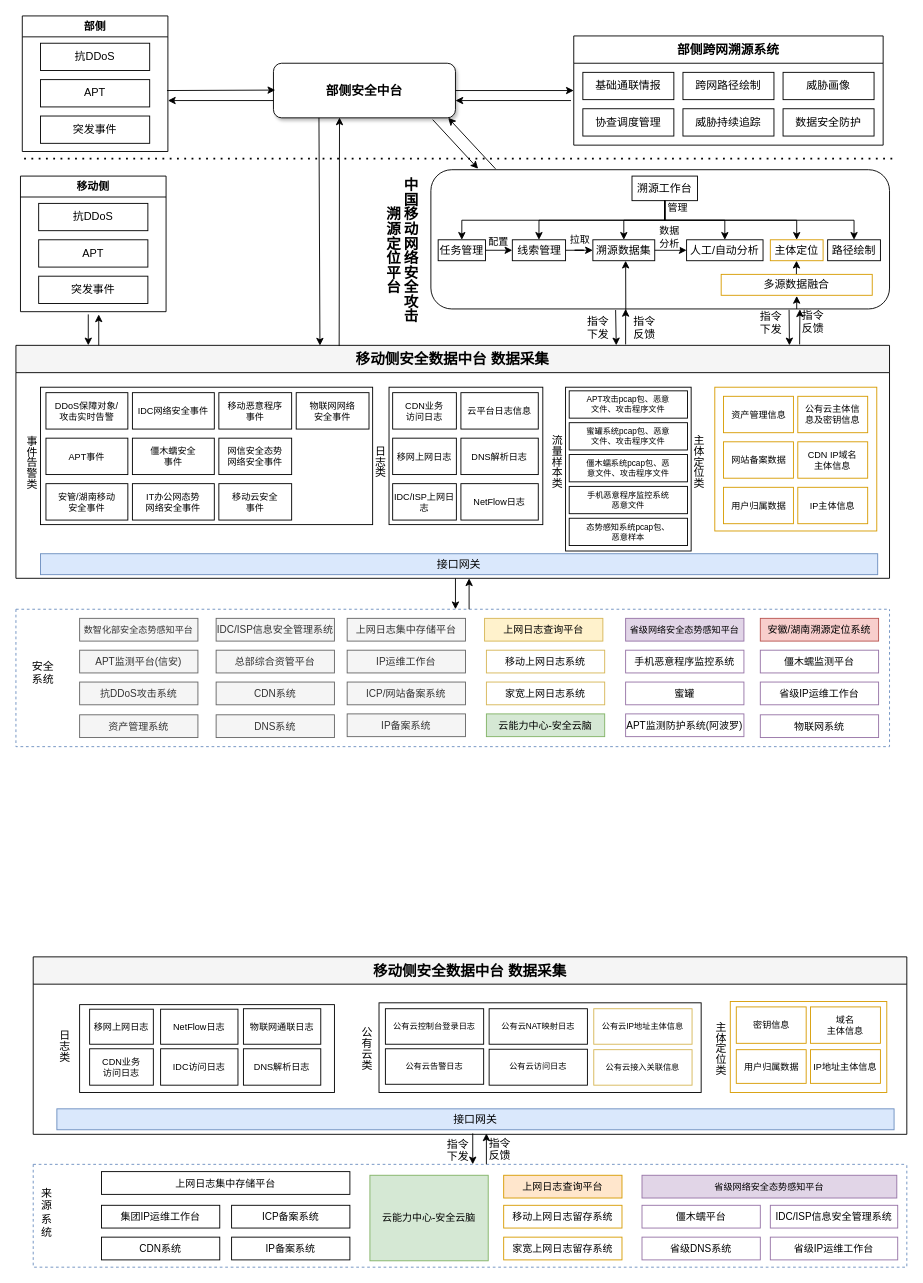
This is page "第 4 页" (4 of 6) of JhbPpt.drawio from asdlijinquan/-, a draw.io file, before an edit. Source tidied: cells renumbered, new cells numbered last; positions are measured from the earlier drawing's top-left corner, leaving out a move shared by most shapes. Both pictures are drawn from the tidied source at 91%, with x=0, y=0 at pixel (15, 15).
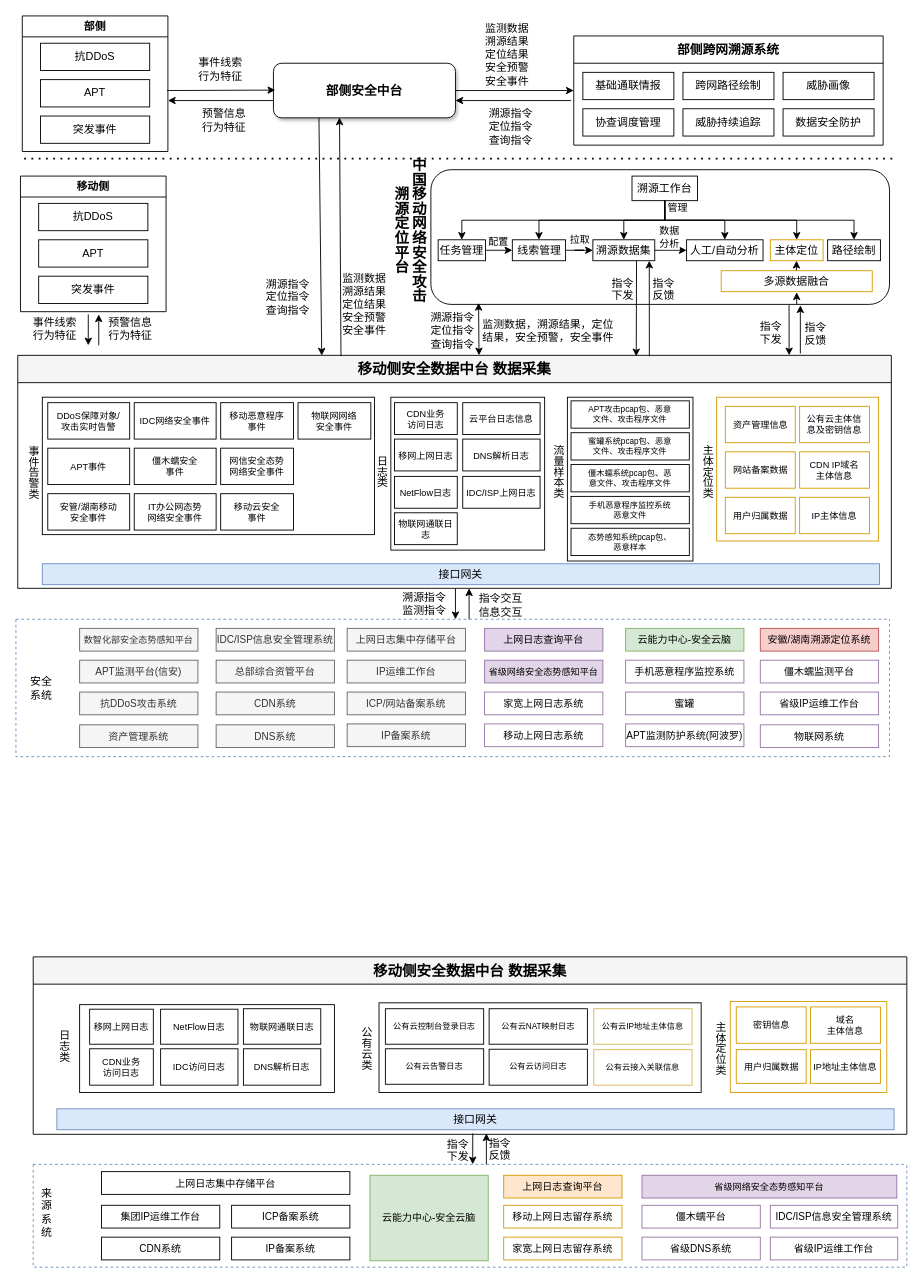
The same page after the edit.

Unchanged cells that the change refers to:
```xml
<mxCell id="32" value="部侧安全中台" style="rounded=1;whiteSpace=wrap;html=1;shadow=1;fontStyle=1;fontSize=14;" parent="1" vertex="1">
  <mxGeometry x="283" y="52" width="200" height="60" as="geometry" />
</mxCell>
```

The edit, as a diff of the source:
```diff
@@
     <mxCell id="2" style="swimlane;whiteSpace=wrap;html=1;startSize=0;dashed=1;fillColor=none;strokeColor=#6c8ebf;" parent="1" vertex="1">
-      <mxGeometry y="652" width="960" height="151" as="geometry" />
+      <mxGeometry y="663" width="960" height="151" as="geometry" />
     </mxCell>
     <mxCell id="3" value="安全&lt;br&gt;系统" style="text;html=1;strokeColor=none;fillColor=none;align=center;verticalAlign=middle;whiteSpace=wrap;rounded=0;" parent="2" vertex="1">
-      <mxGeometry x="10" y="50" width="40" height="40" as="geometry" />
+      <mxGeometry x="8" y="55.5" width="40" height="40" as="geometry" />
     </mxCell>
@@
     <mxCell id="8" value="省级网络安全态势感知平台" style="rounded=0;whiteSpace=wrap;html=1;fontSize=10;fillColor=#e1d5e7;strokeColor=#9673a6;" parent="2" vertex="1">
-      <mxGeometry x="670" y="10" width="130" height="25" as="geometry" />
+      <mxGeometry x="515" y="45" width="130" height="25" as="geometry" />
     </mxCell>
@@
-    <mxCell id="12" value="云能力中心-安全云脑" style="rounded=0;whiteSpace=wrap;html=1;fontSize=11;fillColor=#d5e8d4;strokeColor=#82b366;" parent="2" vertex="1">
-      <mxGeometry x="517" y="115" width="130" height="25" as="geometry" />
-    </mxCell>
@@
-    <mxCell id="17" value="家宽上网日志系统" style="rounded=0;whiteSpace=wrap;html=1;fontSize=11;fillColor=none;strokeColor=#d6b656;" parent="2" vertex="1">
-      <mxGeometry x="517" y="80" width="130" height="25" as="geometry" />
+    <mxCell id="17" value="家宽上网日志系统" style="rounded=0;whiteSpace=wrap;html=1;fontSize=11;fillColor=none;strokeColor=#9673a6;" parent="2" vertex="1">
+      <mxGeometry x="515" y="80" width="130" height="25" as="geometry" />
     </mxCell>
@@
-    <mxCell id="19" value="移动上网日志系统" style="rounded=0;whiteSpace=wrap;html=1;fontSize=11;fillColor=none;strokeColor=#d6b656;" parent="2" vertex="1">
-      <mxGeometry x="517" y="45" width="130" height="25" as="geometry" />
-    </mxCell>
@@
-    <mxCell id="21" value="上网日志查询平台" style="rounded=0;whiteSpace=wrap;html=1;fontSize=11;fillColor=#fff2cc;strokeColor=#d6b656;" parent="2" vertex="1">
+    <mxCell id="21" value="上网日志查询平台" style="rounded=0;whiteSpace=wrap;html=1;fontSize=11;fillColor=#e1d5e7;strokeColor=#9673a6;" parent="2" vertex="1">
       <mxGeometry x="515" y="10" width="130" height="25" as="geometry" />
     </mxCell>
@@
+    <mxCell id="12" value="云能力中心-安全云脑" style="rounded=0;whiteSpace=wrap;html=1;fontSize=11;fillColor=#d5e8d4;strokeColor=#82b366;" parent="2" vertex="1">
+      <mxGeometry x="670" y="10" width="130" height="25" as="geometry" />
+    </mxCell>
+    <mxCell id="19" value="移动上网日志系统" style="rounded=0;whiteSpace=wrap;html=1;fontSize=11;fillColor=none;strokeColor=#9673a6;" parent="2" vertex="1">
+      <mxGeometry x="515" y="115" width="130" height="25" as="geometry" />
+    </mxCell>
@@
     <mxCell id="41" style="rounded=1;whiteSpace=wrap;html=1;fontSize=16;fontStyle=1;" parent="1" vertex="1">
-      <mxGeometry x="456" y="169" width="504" height="153" as="geometry" />
+      <mxGeometry x="456" y="169" width="504" height="148" as="geometry" />
     </mxCell>
     <mxCell id="42" value="移动侧安全数据中台    数据采集" style="swimlane;whiteSpace=wrap;html=1;startSize=30;fillColor=#f5f5f5;fontStyle=1;fontSize=16;align=center;" parent="1" vertex="1">
-      <mxGeometry y="362" width="960" height="256" as="geometry" />
+      <mxGeometry x="2" y="373" width="960" height="256" as="geometry" />
     </mxCell>
+    <mxCell id="65" style="rounded=0;whiteSpace=wrap;html=1;fillColor=none;" parent="42" vertex="1">
+      <mxGeometry x="410" y="46" width="169" height="168" as="geometry" />
+    </mxCell>
@@
     <mxCell id="56" value="主体定位类" style="text;html=1;strokeColor=none;fillColor=none;align=center;verticalAlign=middle;whiteSpace=wrap;rounded=0;rotation=0;direction=south;textDirection=vertical-lr;fontColor=light-dark(#000000,#EDEDED);" parent="42" vertex="1">
-      <mxGeometry x="738" y="96" width="22" height="64" as="geometry" />
+      <mxGeometry x="746" y="96" width="22" height="64" as="geometry" />
     </mxCell>
@@
     <mxCell id="59" value="CDN业务&lt;br&gt;访问日志" style="rounded=0;whiteSpace=wrap;html=1;fontSize=10;" parent="42" vertex="1">
-      <mxGeometry x="414" y="52" width="70" height="40" as="geometry" />
+      <mxGeometry x="414" y="52" width="69" height="35" as="geometry" />
     </mxCell>
     <mxCell id="60" value="云平台日志信息" style="rounded=0;whiteSpace=wrap;html=1;fontSize=10;" parent="42" vertex="1">
-      <mxGeometry x="489" y="52" width="85" height="40" as="geometry" />
+      <mxGeometry x="489" y="52" width="85" height="35" as="geometry" />
     </mxCell>
     <mxCell id="61" value="移网上网日志" style="rounded=0;whiteSpace=wrap;html=1;fontSize=10;" parent="42" vertex="1">
-      <mxGeometry x="414" y="102" width="70" height="40" as="geometry" />
+      <mxGeometry x="414" y="92" width="69" height="35" as="geometry" />
     </mxCell>
     <mxCell id="62" value="DNS解析日志" style="rounded=0;whiteSpace=wrap;html=1;fontSize=10;" parent="42" vertex="1">
-      <mxGeometry x="489" y="102" width="85" height="40" as="geometry" />
+      <mxGeometry x="489" y="92" width="85" height="35" as="geometry" />
     </mxCell>
     <mxCell id="63" value="IDC/ISP上网日志" style="rounded=0;whiteSpace=wrap;html=1;fontSize=10;" parent="42" vertex="1">
-      <mxGeometry x="414" y="152" width="70" height="40" as="geometry" />
+      <mxGeometry x="489" y="133" width="85" height="35" as="geometry" />
     </mxCell>
     <mxCell id="64" value="NetFlow日志" style="rounded=0;whiteSpace=wrap;html=1;fontSize=10;" parent="42" vertex="1">
-      <mxGeometry x="489" y="152" width="85" height="40" as="geometry" />
+      <mxGeometry x="414" y="133" width="69" height="35" as="geometry" />
     </mxCell>
-    <mxCell id="65" style="rounded=0;whiteSpace=wrap;html=1;fillColor=none;" parent="42" vertex="1">
-      <mxGeometry x="410" y="46" width="169" height="151" as="geometry" />
-    </mxCell>
@@
+    <mxCell id="171" value="物联网通联日志" style="rounded=0;whiteSpace=wrap;html=1;fontSize=10;" parent="42" vertex="1">
+      <mxGeometry x="414" y="173" width="69" height="35" as="geometry" />
+    </mxCell>
@@
-    <mxCell id="82" style="endArrow=none;startArrow=classic;html=1;exitX=0.67;exitY=0;entryX=0.37;entryY=1.008;entryDx=0;entryDy=0;entryPerimeter=0;endFill=0;" parent="1" edge="1">
+    <mxCell id="82" style="endArrow=none;startArrow=classic;html=1;exitX=0.708;exitY=0.004;entryX=0.353;entryY=0.913;entryDx=0;entryDy=0;entryPerimeter=0;endFill=0;exitDx=0;exitDy=0;exitPerimeter=0;" parent="1" edge="1" source="42">
       <mxGeometry relative="1" as="geometry">
-        <mxPoint x="659.7" y="362" as="sourcePoint" />
-        <mxPoint x="659" y="323.2" as="targetPoint" />
+        <mxPoint x="682" y="269" as="targetPoint" />
       </mxGeometry>
     </mxCell>
     <mxCell id="83" value="&lt;span style=&quot;color: rgb(0, 0, 0); font-family: Helvetica; font-size: 16px; font-style: normal; font-variant-ligatures: normal; font-variant-caps: normal; font-weight: 700; letter-spacing: normal; orphans: 2; text-indent: 0px; text-transform: none; widows: 2; word-spacing: 0px; -webkit-text-stroke-width: 0px; white-space: normal; text-decoration-thickness: initial; text-decoration-style: initial; text-decoration-color: initial; float: none; display: inline !important;&quot;&gt;中国移动网络安全攻击溯源定位平台&lt;/span&gt;" style="text;whiteSpace=wrap;html=1;textDirection=vertical-rl;align=center;verticalAlign=middle;shadow=0;labelBackgroundColor=none;" parent="1" vertex="1">
-      <mxGeometry x="401" y="173.5" width="44" height="168" as="geometry" />
+      <mxGeometry x="410" y="152" width="44" height="168" as="geometry" />
     </mxCell>
@@
-    <mxCell id="100" style="endArrow=none;startArrow=classic;html=1;exitX=0.67;exitY=0;entryX=0.781;entryY=1.006;entryDx=0;entryDy=0;entryPerimeter=0;endFill=0;fontColor=light-dark(#d79b00, #ededed);" parent="1" edge="1" target="41">
-      <mxGeometry relative="1" as="geometry">
-        <mxPoint x="850" y="362" as="sourcePoint" />
-      </mxGeometry>
+    <mxCell id="100" style="endArrow=none;startArrow=classic;html=1;exitX=0.883;exitY=0;entryX=0.781;entryY=1.006;entryDx=0;entryDy=0;entryPerimeter=0;endFill=0;fontColor=light-dark(#d79b00, #ededed);exitDx=0;exitDy=0;exitPerimeter=0;" parent="1" edge="1" source="42" target="41">
+      <mxGeometry relative="1" as="geometry" />
     </mxCell>
@@
     <mxCell id="102" value="指令下发" style="text;whiteSpace=wrap;html=1;" parent="1" vertex="1">
-      <mxGeometry x="626" y="322" width="29.8" height="36" as="geometry" />
+      <mxGeometry x="653.1" y="280" width="29.8" height="36" as="geometry" />
     </mxCell>
     <mxCell id="103" value="指令下发" style="text;whiteSpace=wrap;html=1;fontColor=light-dark(#000000,#EDEDED);" parent="1" vertex="1">
-      <mxGeometry x="816" y="317" width="29.8" height="36" as="geometry" />
+      <mxGeometry x="816" y="328" width="29.8" height="36" as="geometry" />
     </mxCell>
-    <mxCell id="104" style="endArrow=classic;html=1;rounded=0;" parent="1" edge="1">
+    <mxCell id="104" style="endArrow=classic;html=1;rounded=0;entryX=0.5;entryY=1;entryDx=0;entryDy=0;exitX=0.723;exitY=0.004;exitDx=0;exitDy=0;exitPerimeter=0;" parent="1" edge="1" source="42">
       <mxGeometry relative="1" as="geometry">
-        <mxPoint x="670" y="361" as="sourcePoint" />
-        <mxPoint x="670" y="322" as="targetPoint" />
+        <mxPoint x="696" y="269" as="targetPoint" />
       </mxGeometry>
     </mxCell>
     <mxCell id="105" value="指令反馈" style="text;whiteSpace=wrap;html=1;" parent="1" vertex="1">
-      <mxGeometry x="677" y="322" width="29.8" height="36" as="geometry" />
+      <mxGeometry x="698.1" y="280" width="29.8" height="30" as="geometry" />
     </mxCell>
-    <mxCell id="106" style="endArrow=classic;html=1;rounded=0;fontColor=light-dark(#d79b00, #ededed);entryX=-0.022;entryY=0.177;entryDx=0;entryDy=0;entryPerimeter=0;" parent="1" edge="1" target="107">
+    <mxCell id="106" style="endArrow=classic;html=1;rounded=0;fontColor=light-dark(#d79b00, #ededed);" parent="1" edge="1">
       <mxGeometry relative="1" as="geometry">
-        <mxPoint x="861.2" y="361" as="sourcePoint" />
+        <mxPoint x="862" y="371" as="sourcePoint" />
+        <mxPoint x="862" y="318" as="targetPoint" />
       </mxGeometry>
     </mxCell>
-    <mxCell id="107" value="指令反馈" style="text;whiteSpace=wrap;html=1;fontColor=light-dark(#000000,#EDEDED);" parent="1" vertex="1">
-      <mxGeometry x="862.2" y="316" width="29.8" height="36" as="geometry" />
-    </mxCell>
     <mxCell id="108" value="&lt;font style=&quot;color: light-dark(rgb(0, 0, 0), rgb(237, 237, 237));&quot;&gt;多源数据融合&lt;/font&gt;" style="rounded=0;whiteSpace=wrap;html=1;fillColor=none;strokeColor=#d79b00;" parent="1" vertex="1">
-      <mxGeometry x="775" y="284" width="166" height="23" as="geometry" />
+      <mxGeometry x="775" y="280" width="166" height="23" as="geometry" />
     </mxCell>
@@
     <mxCell id="110" style="endArrow=classic;html=1;rounded=0;entryX=0.5;entryY=1.03;entryDx=0;entryDy=0;entryPerimeter=0;" parent="1" edge="1" target="108">
       <mxGeometry relative="1" as="geometry">
-        <mxPoint x="858" y="322" as="sourcePoint" />
+        <mxPoint x="858" y="317" as="sourcePoint" />
       </mxGeometry>
     </mxCell>
-    <mxCell id="111" style="endArrow=classic;html=1;rounded=0;exitX=0.425;exitY=1.015;exitDx=0;exitDy=0;exitPerimeter=0;" parent="1" edge="1" source="41">
-      <mxGeometry relative="1" as="geometry">
-        <mxPoint x="670" y="269" as="targetPoint" />
-      </mxGeometry>
-    </mxCell>
@@
-    <mxCell id="114" style="endArrow=none;startArrow=classic;html=1;exitX=0.103;exitY=-0.007;endFill=0;exitDx=0;exitDy=0;exitPerimeter=0;" parent="1" edge="1" source="41">
-      <mxGeometry relative="1" as="geometry">
-        <mxPoint x="458" y="114" as="targetPoint" />
-      </mxGeometry>
-    </mxCell>
-    <mxCell id="115" style="endArrow=classic;html=1;rounded=0;entryX=0.96;entryY=1;entryDx=0;entryDy=0;entryPerimeter=0;" parent="1" edge="1" target="32">
-      <mxGeometry relative="1" as="geometry">
-        <mxPoint x="527" y="168" as="sourcePoint" />
-      </mxGeometry>
+    <mxCell id="115" style="endArrow=classic;html=1;rounded=0;exitX=0.528;exitY=0;exitDx=0;exitDy=0;exitPerimeter=0;startArrow=classic;startFill=1;entryX=0.104;entryY=0.989;entryDx=0;entryDy=0;entryPerimeter=0;" parent="1" edge="1" source="42" target="41">
+      <mxGeometry relative="1" as="geometry" />
     </mxCell>
     <mxCell id="116" style="endArrow=none;startArrow=classic;html=1;entryX=0.37;entryY=1.008;entryDx=0;entryDy=0;entryPerimeter=0;endFill=0;" parent="1" edge="1">
       <mxGeometry relative="1" as="geometry">
-        <mxPoint x="483" y="652" as="sourcePoint" />
-        <mxPoint x="483" y="618" as="targetPoint" />
+        <mxPoint x="483" y="663" as="sourcePoint" />
+        <mxPoint x="483" y="629" as="targetPoint" />
       </mxGeometry>
     </mxCell>
     <mxCell id="117" style="endArrow=classic;html=1;rounded=0;" parent="1" edge="1">
       <mxGeometry relative="1" as="geometry">
-        <mxPoint x="498" y="652" as="sourcePoint" />
-        <mxPoint x="498" y="618" as="targetPoint" />
+        <mxPoint x="498" y="663" as="sourcePoint" />
+        <mxPoint x="498" y="629" as="targetPoint" />
       </mxGeometry>
     </mxCell>
@@
+    <mxCell id="172" value="事件线索&lt;div&gt;行为特征&lt;/div&gt;" style="text;html=1;whiteSpace=wrap;strokeColor=none;fillColor=none;align=center;verticalAlign=middle;rounded=0;" parent="1" vertex="1">
+      <mxGeometry x="13" y="329" width="60" height="30" as="geometry" />
+    </mxCell>
+    <mxCell id="173" value="预警信息&lt;div&gt;行为特征&lt;/div&gt;" style="text;html=1;whiteSpace=wrap;strokeColor=none;fillColor=none;align=center;verticalAlign=middle;rounded=0;" parent="1" vertex="1">
+      <mxGeometry x="96" y="329" width="60" height="30" as="geometry" />
+    </mxCell>
+    <mxCell id="174" value="事件线索&lt;div&gt;行为特征&lt;/div&gt;" style="text;html=1;whiteSpace=wrap;strokeColor=none;fillColor=none;align=center;verticalAlign=middle;rounded=0;" parent="1" vertex="1">
+      <mxGeometry x="195" y="44" width="60" height="30" as="geometry" />
+    </mxCell>
+    <mxCell id="175" value="预警信息&lt;div&gt;行为特征&lt;/div&gt;" style="text;html=1;whiteSpace=wrap;strokeColor=none;fillColor=none;align=center;verticalAlign=middle;rounded=0;" parent="1" vertex="1">
+      <mxGeometry x="199" y="100" width="60" height="30" as="geometry" />
+    </mxCell>
+    <mxCell id="176" value="指令交互&lt;div&gt;信息交互&lt;/div&gt;" style="text;html=1;whiteSpace=wrap;strokeColor=none;fillColor=none;align=center;verticalAlign=middle;rounded=0;" parent="1" vertex="1">
+      <mxGeometry x="503.1" y="633" width="60" height="30" as="geometry" />
+    </mxCell>
+    <mxCell id="177" value="溯源指令&lt;div&gt;监测指令&lt;/div&gt;" style="text;html=1;whiteSpace=wrap;strokeColor=none;fillColor=none;align=center;verticalAlign=middle;rounded=0;" parent="1" vertex="1">
+      <mxGeometry x="419" y="631" width="60" height="30" as="geometry" />
+    </mxCell>
+    <mxCell id="107" value="指令反馈" style="text;whiteSpace=wrap;html=1;fontColor=light-dark(#000000,#EDEDED);" parent="1" vertex="1">
+      <mxGeometry x="865" y="329" width="29.8" height="36" as="geometry" />
+    </mxCell>
+    <mxCell id="178" value="&lt;div&gt;监测数据&lt;/div&gt;&lt;div&gt;溯源结果&lt;/div&gt;&lt;div&gt;定位结果&lt;/div&gt;&lt;div&gt;安全预警&lt;/div&gt;&lt;div&gt;安全事件&lt;/div&gt;" style="text;html=1;whiteSpace=wrap;strokeColor=none;fillColor=none;align=center;verticalAlign=middle;rounded=0;" parent="1" vertex="1">
+      <mxGeometry x="353" y="278" width="60" height="77" as="geometry" />
+    </mxCell>
+    <mxCell id="179" value="溯源指令&lt;div&gt;定位指令&lt;br&gt;&lt;div&gt;查询指令&lt;/div&gt;&lt;/div&gt;" style="text;html=1;whiteSpace=wrap;strokeColor=none;fillColor=none;align=center;verticalAlign=middle;rounded=0;" parent="1" vertex="1">
+      <mxGeometry x="269" y="284" width="60" height="49" as="geometry" />
+    </mxCell>
+    <mxCell id="180" value="&lt;div style=&quot;forced-color-adjust: none; color: rgb(0, 0, 0); font-family: Helvetica; font-size: 12px; font-style: normal; font-variant-ligatures: normal; font-variant-caps: normal; font-weight: 400; letter-spacing: normal; orphans: 2; text-align: center; text-indent: 0px; text-transform: none; widows: 2; word-spacing: 0px; -webkit-text-stroke-width: 0px; white-space: normal; text-decoration-thickness: initial; text-decoration-style: initial; text-decoration-color: initial;&quot;&gt;&lt;span style=&quot;background-color: light-dark(#ffffff, var(--ge-dark-color, #121212));&quot;&gt;监测数据&lt;/span&gt;&lt;/div&gt;&lt;div style=&quot;forced-color-adjust: none; color: rgb(0, 0, 0); font-family: Helvetica; font-size: 12px; font-style: normal; font-variant-ligatures: normal; font-variant-caps: normal; font-weight: 400; letter-spacing: normal; orphans: 2; text-align: center; text-indent: 0px; text-transform: none; widows: 2; word-spacing: 0px; -webkit-text-stroke-width: 0px; white-space: normal; text-decoration-thickness: initial; text-decoration-style: initial; text-decoration-color: initial; background-color: rgb(236, 236, 236);&quot;&gt;&lt;span style=&quot;background-color: light-dark(#ffffff, var(--ge-dark-color, #121212));&quot;&gt;溯源结果&lt;/span&gt;&lt;/div&gt;&lt;div style=&quot;forced-color-adjust: none; color: rgb(0, 0, 0); font-family: Helvetica; font-size: 12px; font-style: normal; font-variant-ligatures: normal; font-variant-caps: normal; font-weight: 400; letter-spacing: normal; orphans: 2; text-align: center; text-indent: 0px; text-transform: none; widows: 2; word-spacing: 0px; -webkit-text-stroke-width: 0px; white-space: normal; text-decoration-thickness: initial; text-decoration-style: initial; text-decoration-color: initial; background-color: rgb(236, 236, 236);&quot;&gt;&lt;span style=&quot;background-color: light-dark(#ffffff, var(--ge-dark-color, #121212));&quot;&gt;定位结果&lt;/span&gt;&lt;/div&gt;&lt;div style=&quot;forced-color-adjust: none; color: rgb(0, 0, 0); font-family: Helvetica; font-size: 12px; font-style: normal; font-variant-ligatures: normal; font-variant-caps: normal; font-weight: 400; letter-spacing: normal; orphans: 2; text-align: center; text-indent: 0px; text-transform: none; widows: 2; word-spacing: 0px; -webkit-text-stroke-width: 0px; white-space: normal; text-decoration-thickness: initial; text-decoration-style: initial; text-decoration-color: initial; background-color: rgb(236, 236, 236);&quot;&gt;&lt;span style=&quot;background-color: light-dark(#ffffff, var(--ge-dark-color, #121212));&quot;&gt;安全预警&lt;/span&gt;&lt;/div&gt;&lt;div style=&quot;forced-color-adjust: none; color: rgb(0, 0, 0); font-family: Helvetica; font-size: 12px; font-style: normal; font-variant-ligatures: normal; font-variant-caps: normal; font-weight: 400; letter-spacing: normal; orphans: 2; text-align: center; text-indent: 0px; text-transform: none; widows: 2; word-spacing: 0px; -webkit-text-stroke-width: 0px; white-space: normal; text-decoration-thickness: initial; text-decoration-style: initial; text-decoration-color: initial; background-color: rgb(236, 236, 236);&quot;&gt;&lt;span style=&quot;background-color: light-dark(#ffffff, var(--ge-dark-color, #121212));&quot;&gt;安全事件&lt;/span&gt;&lt;/div&gt;" style="text;whiteSpace=wrap;html=1;" parent="1" vertex="1">
+      <mxGeometry x="514" width="76" height="94" as="geometry" />
+    </mxCell>
+    <mxCell id="181" value="溯源指令&lt;div&gt;定位指令&lt;br&gt;&lt;div&gt;查询指令&lt;/div&gt;&lt;/div&gt;" style="text;html=1;whiteSpace=wrap;strokeColor=none;fillColor=none;align=center;verticalAlign=middle;rounded=0;" parent="1" vertex="1">
+      <mxGeometry x="514" y="97" width="60" height="49" as="geometry" />
+    </mxCell>
+    <mxCell id="182" value="&lt;div&gt;监测数据，&lt;span style=&quot;background-color: transparent; color: light-dark(rgb(0, 0, 0), rgb(255, 255, 255));&quot;&gt;溯源结果，&lt;/span&gt;&lt;span style=&quot;background-color: transparent; color: light-dark(rgb(0, 0, 0), rgb(255, 255, 255));&quot;&gt;定位结果，&lt;/span&gt;&lt;span style=&quot;background-color: transparent; color: light-dark(rgb(0, 0, 0), rgb(255, 255, 255));&quot;&gt;安全预警，&lt;/span&gt;&lt;span style=&quot;background-color: transparent; color: light-dark(rgb(0, 0, 0), rgb(255, 255, 255));&quot;&gt;安全事件&lt;/span&gt;&lt;/div&gt;" style="text;html=1;whiteSpace=wrap;strokeColor=none;fillColor=none;align=center;verticalAlign=middle;rounded=0;" parent="1" vertex="1">
+      <mxGeometry x="510" y="323" width="150.2" height="46" as="geometry" />
+    </mxCell>
+    <mxCell id="183" value="溯源指令&lt;div&gt;定位指令&lt;br&gt;&lt;div&gt;查询指令&lt;/div&gt;&lt;/div&gt;" style="text;html=1;whiteSpace=wrap;strokeColor=none;fillColor=none;align=center;verticalAlign=middle;rounded=0;" parent="1" vertex="1">
+      <mxGeometry x="450" y="321.5" width="60" height="49" as="geometry" />
+    </mxCell>
```
